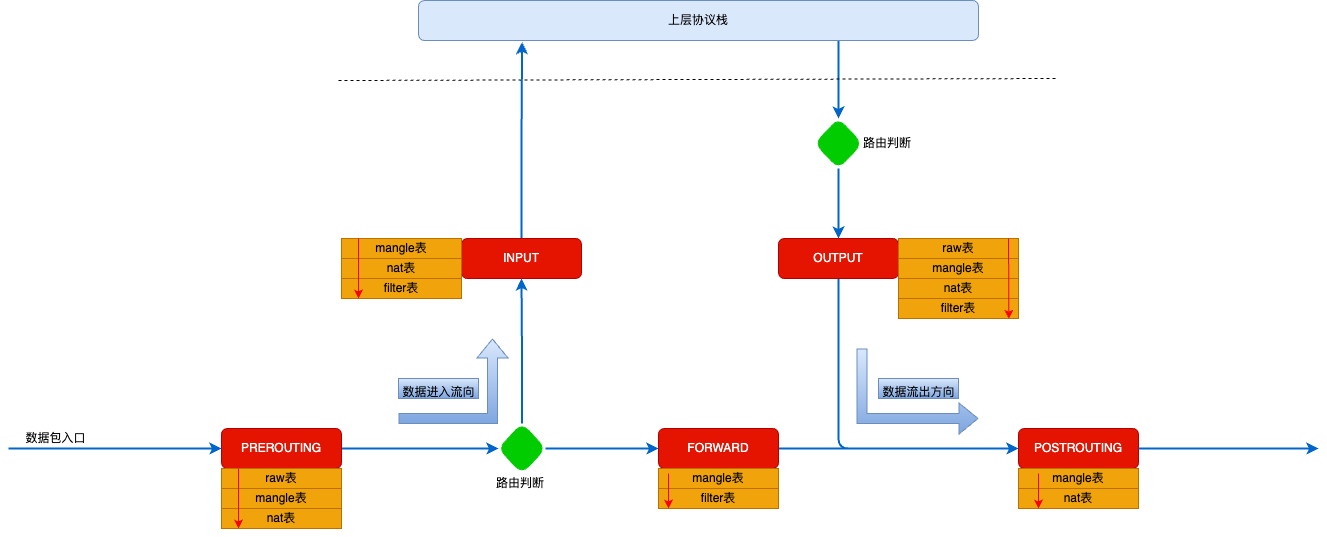
Earlier version of the draw.io export diagrams/iptables-traffic-flow.drawio.png (kbsonlong/notes_statics). Source tidied: cells renumbered, new cells last; positions are measured from the earlier drawing's top-left corner, leaving out a move shared by most shapes.
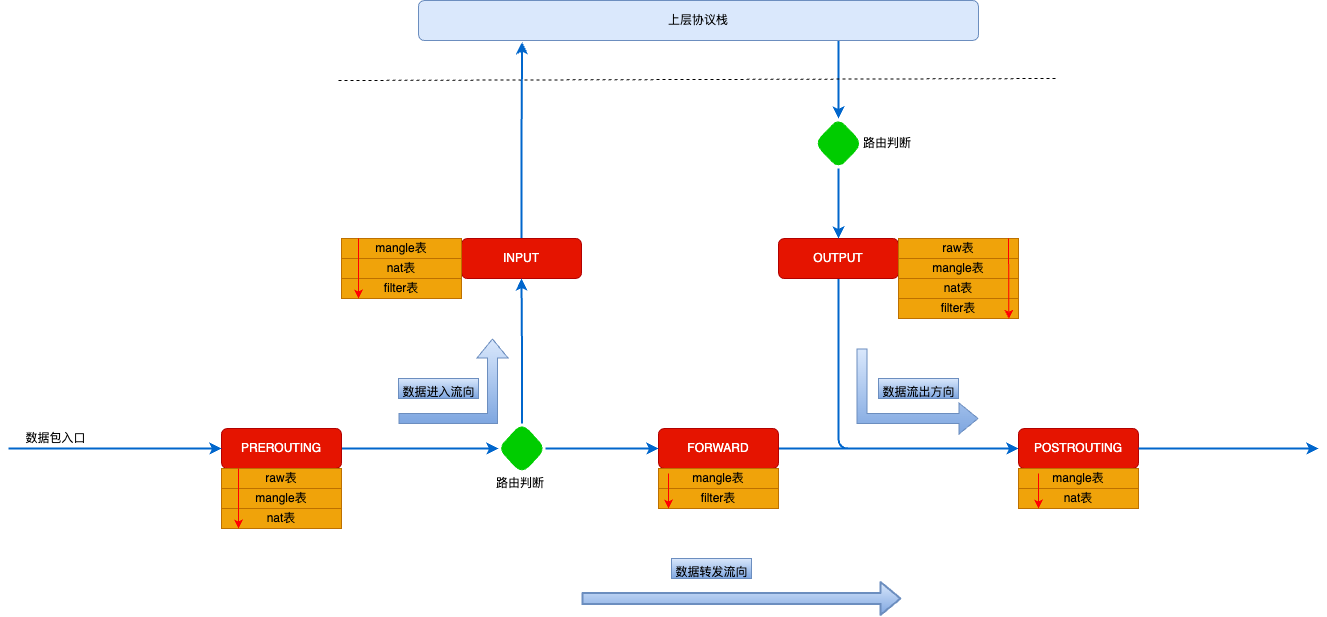
After the change.

The edit, as a diff of the source:
```diff
@@ -169,5 +169,14 @@
         <mxPoint x="1310" y="448" as="targetPoint" />
       </mxGeometry>
     </mxCell>
+    <mxCell id="47" style="endArrow=classic;html=1;rounded=1;strokeColor=#6c8ebf;strokeWidth=2;fontSize=10;fontColor=#000000;shape=flexArrow;fillColor=#dae8fc;gradientColor=#7ea6e0;" parent="1" edge="1">
+      <mxGeometry relative="1" as="geometry">
+        <mxPoint x="573" y="598" as="sourcePoint" />
+        <mxPoint x="893" y="598" as="targetPoint" />
+      </mxGeometry>
+    </mxCell>
+    <mxCell id="48" value="&lt;font style=&quot;font-size: 12px; font-weight: normal;&quot;&gt;数据转发流向&lt;/font&gt;" style="text;strokeColor=#6c8ebf;fillColor=#dae8fc;html=1;fontSize=24;fontStyle=1;verticalAlign=middle;align=center;gradientColor=#7ea6e0;" parent="1" vertex="1">
+      <mxGeometry x="663" y="558" width="80" height="20" as="geometry" />
+    </mxCell>
   </root>
 </mxGraphModel>
```
